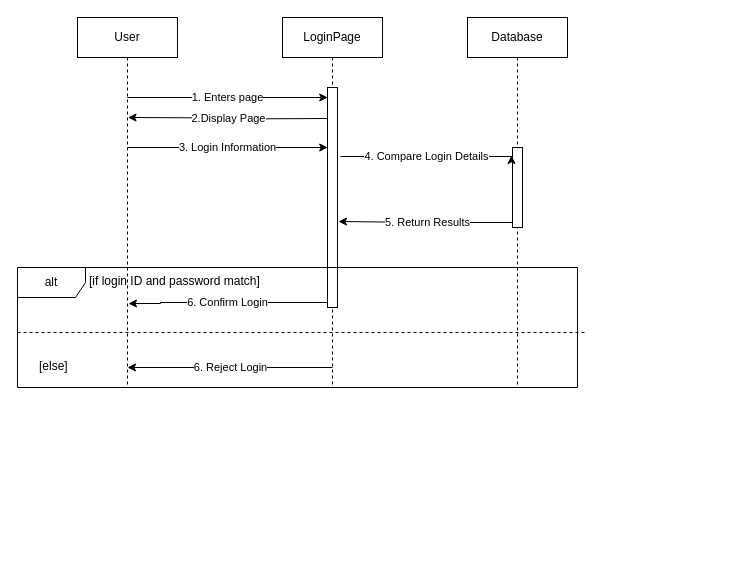
Before: diagrams/LoginPage_SequenceDiagram.drawio in ChrisMichaudd/seng401test, a draw.io diagram. Source tidied: cells renumbered, new cells numbered last; positions are measured from the earlier drawing's top-left corner, leaving out a move shared by most shapes. Both pictures are drawn from the tidied source at 100%, with x=0, y=0 at pixel (17, 17).
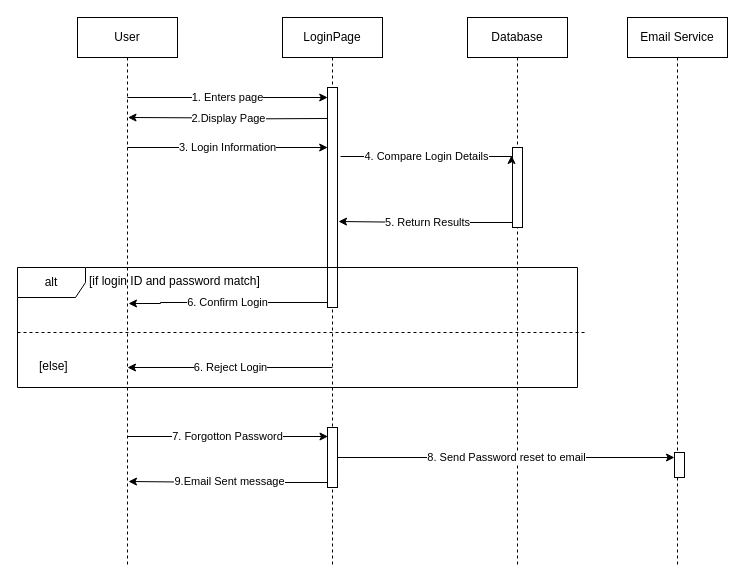
After the change.

What changed in the source:
```diff
@@
     <mxCell id="2" value="User" style="shape=umlLifeline;perimeter=lifelinePerimeter;whiteSpace=wrap;html=1;newEdgeStyle={&quot;edgeStyle&quot;:&quot;elbowEdgeStyle&quot;,&quot;elbow&quot;:&quot;vertical&quot;,&quot;curved&quot;:0,&quot;rounded&quot;:0};" parent="1" vertex="1">
-      <mxGeometry x="60" width="100" height="370" as="geometry" />
+      <mxGeometry x="60" width="100" height="550" as="geometry" />
     </mxCell>
     <mxCell id="3" value="LoginPage" style="shape=umlLifeline;perimeter=lifelinePerimeter;whiteSpace=wrap;html=1;newEdgeStyle={&quot;edgeStyle&quot;:&quot;elbowEdgeStyle&quot;,&quot;elbow&quot;:&quot;vertical&quot;,&quot;curved&quot;:0,&quot;rounded&quot;:0};" parent="1" vertex="1">
-      <mxGeometry x="265" width="100" height="370" as="geometry" />
+      <mxGeometry x="265" width="100" height="550" as="geometry" />
     </mxCell>
@@
+    <mxCell id="17" style="html=1;points=[[0,0,0,0,5],[0,1,0,0,-5],[1,0,0,0,5],[1,1,0,0,-5]];perimeter=orthogonalPerimeter;outlineConnect=0;targetShapes=umlLifeline;portConstraint=eastwest;newEdgeStyle={&quot;curved&quot;:0,&quot;rounded&quot;:0};" parent="3" vertex="1">
+      <mxGeometry x="45" y="410" width="10" height="60" as="geometry" />
+    </mxCell>
@@
     <mxCell id="7" value="Database" style="shape=umlLifeline;perimeter=lifelinePerimeter;whiteSpace=wrap;html=1;newEdgeStyle={&quot;edgeStyle&quot;:&quot;elbowEdgeStyle&quot;,&quot;elbow&quot;:&quot;vertical&quot;,&quot;curved&quot;:0,&quot;rounded&quot;:0};" parent="1" vertex="1">
-      <mxGeometry x="450" width="100" height="370" as="geometry" />
+      <mxGeometry x="450" width="100" height="550" as="geometry" />
     </mxCell>
@@
+    <mxCell id="18" value="7. Forgotton Password" style="edgeStyle=elbowEdgeStyle;rounded=0;orthogonalLoop=1;jettySize=auto;html=1;elbow=vertical;curved=0;entryX=0;entryY=0;entryDx=0;entryDy=5;entryPerimeter=0;" parent="1" edge="1">
+      <mxGeometry relative="1" as="geometry">
+        <mxPoint x="110" y="419" as="sourcePoint" />
+        <mxPoint x="310.5" y="419" as="targetPoint" />
+      </mxGeometry>
+    </mxCell>
+    <mxCell id="19" value="8. Send Password reset to email" style="edgeStyle=elbowEdgeStyle;rounded=0;jettySize=auto;html=1;elbow=vertical;curved=0;entryX=0;entryY=0;entryDx=0;entryDy=5;entryPerimeter=0;" parent="1" edge="1" target="21">
+      <mxGeometry relative="1" as="geometry">
+        <mxPoint x="320" y="440" as="sourcePoint" />
+      </mxGeometry>
+    </mxCell>
+    <mxCell id="20" value="Email Service" style="shape=umlLifeline;perimeter=lifelinePerimeter;whiteSpace=wrap;html=1;newEdgeStyle={&quot;edgeStyle&quot;:&quot;elbowEdgeStyle&quot;,&quot;elbow&quot;:&quot;vertical&quot;,&quot;curved&quot;:0,&quot;rounded&quot;:0};" parent="1" vertex="1">
+      <mxGeometry x="610" width="100" height="550" as="geometry" />
+    </mxCell>
+    <mxCell id="21" style="html=1;points=[[0,0,0,0,5],[0,1,0,0,-5],[1,0,0,0,5],[1,1,0,0,-5]];perimeter=orthogonalPerimeter;outlineConnect=0;targetShapes=umlLifeline;portConstraint=eastwest;newEdgeStyle={&quot;curved&quot;:0,&quot;rounded&quot;:0};" parent="20" vertex="1">
+      <mxGeometry x="47" y="435" width="10" height="25" as="geometry" />
+    </mxCell>
+    <mxCell id="22" value="9.Email Sent message" style="edgeStyle=orthogonalEdgeStyle;rounded=0;jettySize=auto;html=1;curved=0;exitX=0;exitY=1;exitDx=0;exitDy=-5;exitPerimeter=0;" parent="1" edge="1" source="17">
+      <mxGeometry relative="1" as="geometry">
+        <mxPoint x="111" y="464" as="targetPoint" />
+        <mxPoint x="1" as="offset" />
+      </mxGeometry>
+    </mxCell>
```
